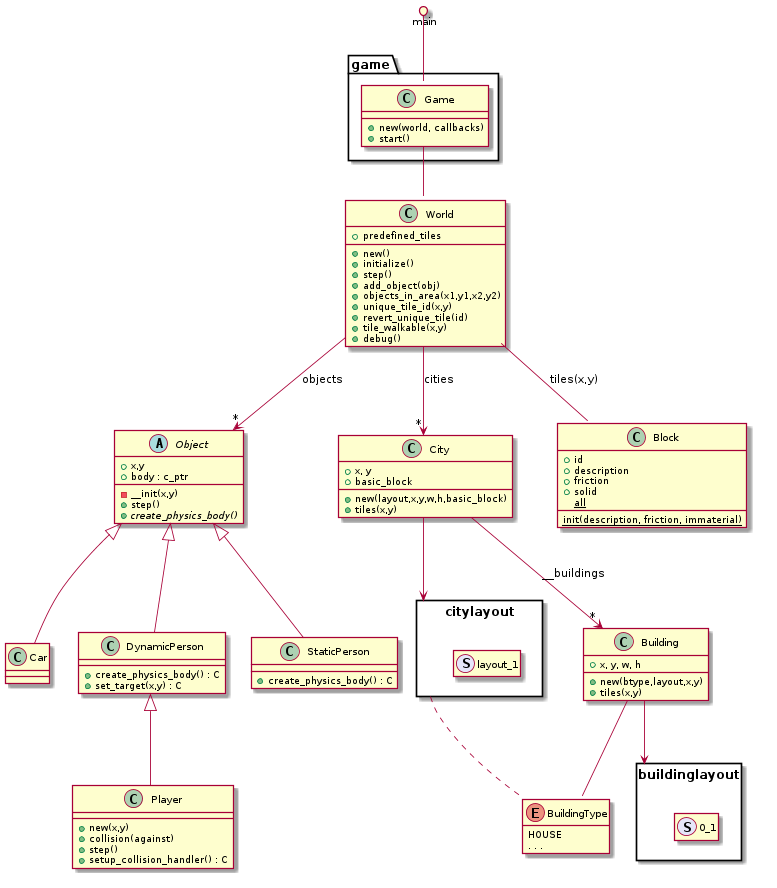
Above: doc/classes.png in andrenho/newhope (PlantUML), before the change.
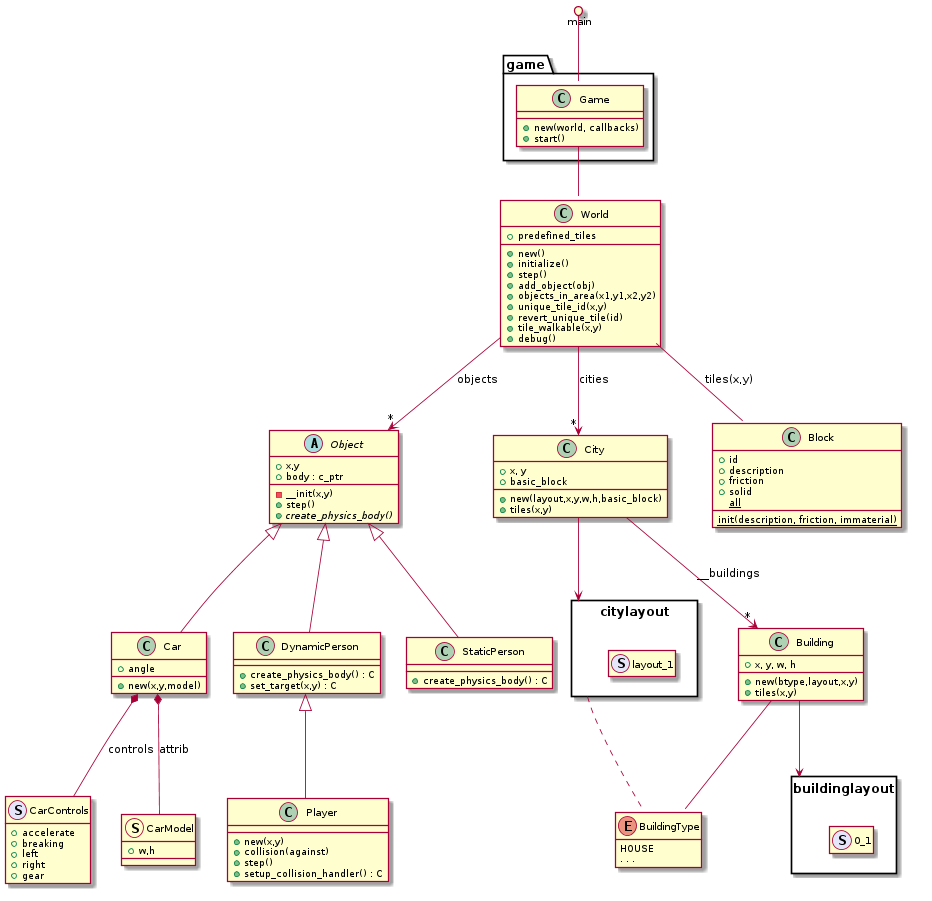
Later version of the same file.

What changed in the source:
```diff
@@ -32,6 +32,9 @@
 citylayout .. enum BuildingType
 
 World -- Block : tiles(x,y)
+
+Car *-- CarModel : attrib
+Car *-- CarControls : controls
 
 class Game {
   +new(world, callbacks)
@@ -75,6 +78,25 @@
   +setup_collision_handler() : C
 }
 
+class Car {
+  +angle
+  +new(x,y,model)
+}
+
+class CarControls << (S,lavender) >> {
+  +accelerate
+  +breaking
+  +left
+  +right
+  +gear
+}
+hide CarControls methods
+
+class CarModel << (S,lavander) >> {
+  +w,h
+}
+hide CarControls methods
+
 class City {
   +x, y
   +basic_block
```
